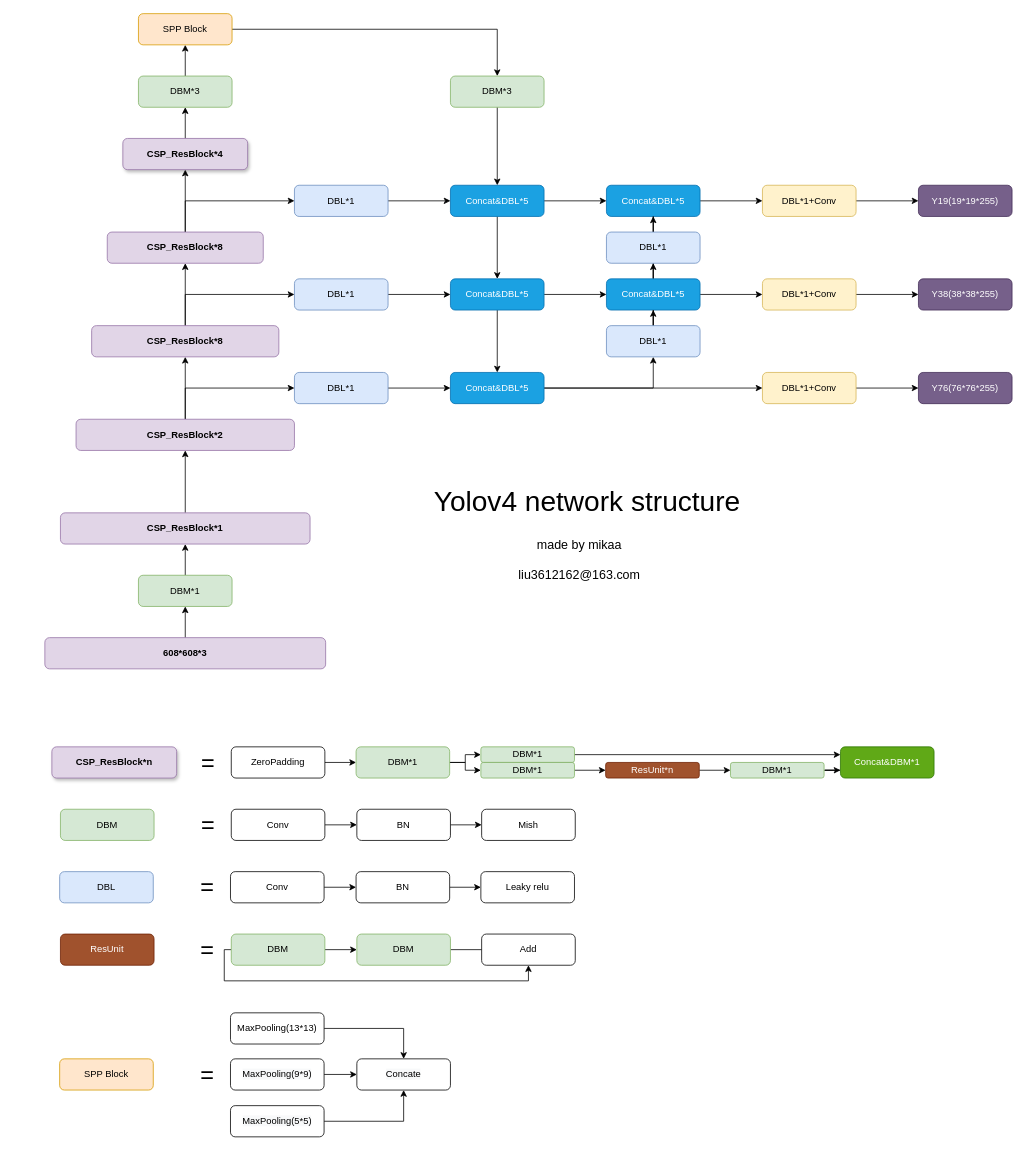
Before: Yolov4_net.drawio in mMikaa00/For_draw_io, a draw.io diagram. Source tidied: cells renumbered, new cells numbered last; positions are measured from the earlier drawing's top-left corner, leaving out a move shared by most shapes. Both pictures are drawn from the tidied source at 78%, with x=0, y=0 at pixel (44, 13).
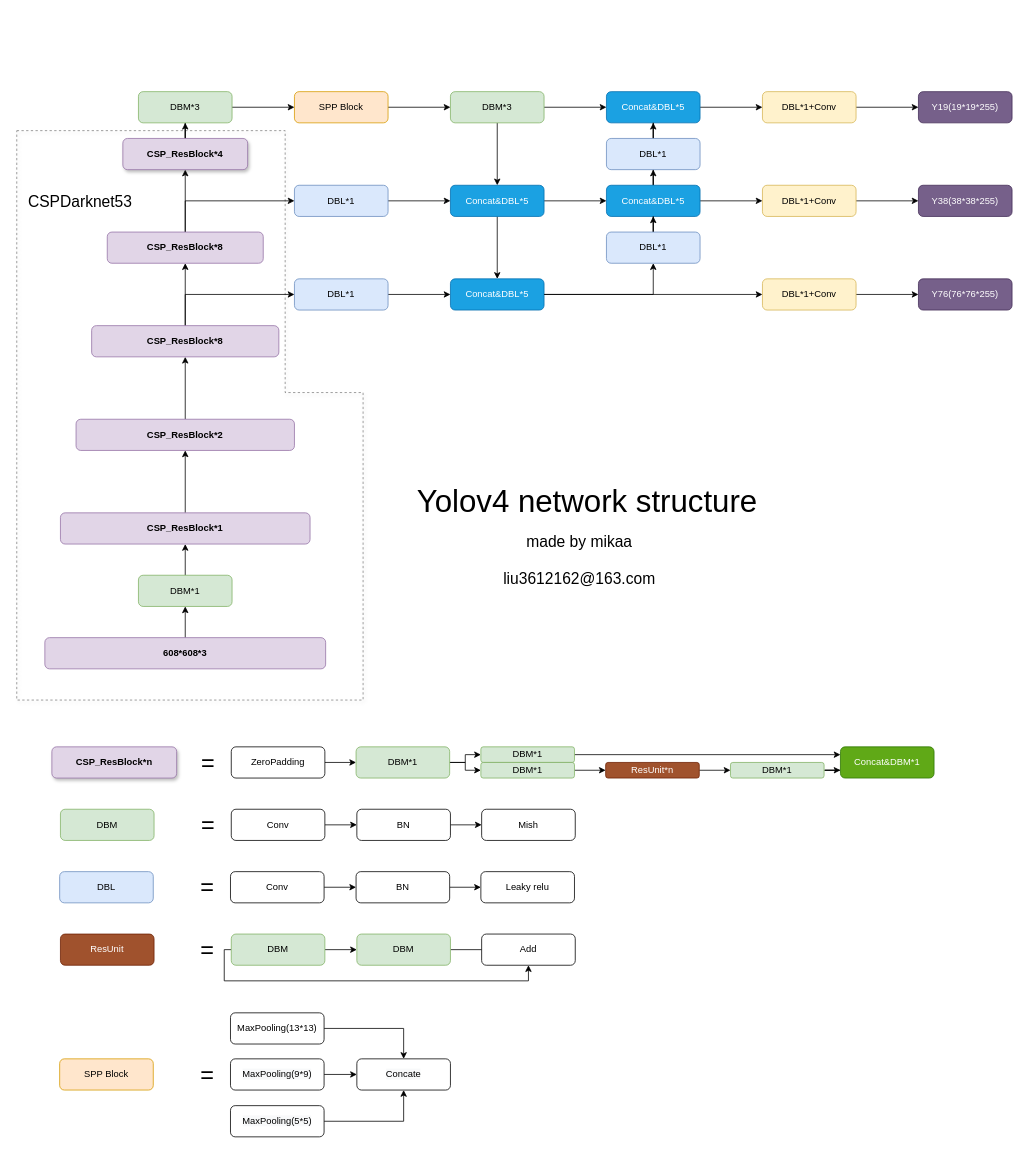
Above is the later version.

The change refers to these unchanged cells:
```xml
<mxCell id="10" value="&lt;span&gt;CSP_ResBlock*2&lt;/span&gt;" style="rounded=1;whiteSpace=wrap;html=1;fillColor=#e1d5e7;strokeColor=#9673a6;labelBackgroundColor=none;fontStyle=1;" parent="1" vertex="1">
  <mxGeometry x="40" y="520" width="280" height="40" as="geometry" />
</mxCell>
<mxCell id="29" value="Concat&amp;amp;DBL*5" style="rounded=1;whiteSpace=wrap;html=1;fillColor=#1ba1e2;strokeColor=#006EAF;fontColor=#ffffff;" parent="1" vertex="1">
  <mxGeometry x="520" y="220" width="120" height="40" as="geometry" />
</mxCell>
<mxCell id="34" value="Concat&amp;amp;DBL*5" style="rounded=1;whiteSpace=wrap;html=1;fillColor=#1ba1e2;strokeColor=#006EAF;fontColor=#ffffff;" parent="1" vertex="1">
  <mxGeometry x="520" y="340" width="120" height="40" as="geometry" />
</mxCell>
```

Change to the diagram source:
```diff
@@
+    <mxCell id="107" style="verticalLabelPosition=bottom;verticalAlign=top;html=1;shape=mxgraph.basic.polygon;polyCoords=[[0,0],[0.62,0],[0.62,0.46],[0.8,0.46],[0.8,1],[0.25,1],[0,1],[0,0]];polyline=1;fillColor=none;rounded=1;shadow=1;dashed=1;labelBackgroundColor=none;fontSize=20;fontColor=#000000;opacity=50;" parent="1" vertex="1">
+      <mxGeometry x="-36" y="150" width="555" height="730" as="geometry" />
+    </mxCell>
@@
-    <mxCell id="9" style="edgeStyle=orthogonalEdgeStyle;rounded=0;jettySize=auto;html=1;entryX=0;entryY=0.5;entryDx=0;entryDy=0;fontColor=#000000;" parent="1" edge="1" source="10" target="41">
-      <mxGeometry relative="1" as="geometry" />
-    </mxCell>
@@
     <mxCell id="20" value="DBM*3" style="rounded=1;whiteSpace=wrap;html=1;fillColor=#d5e8d4;strokeColor=#82b366;" parent="1" vertex="1">
-      <mxGeometry x="120" y="80" width="120" height="40" as="geometry" />
+      <mxGeometry x="120" y="100" width="120" height="40" as="geometry" />
     </mxCell>
@@
     <mxCell id="22" value="SPP Block" style="rounded=1;whiteSpace=wrap;html=1;fillColor=#ffe6cc;strokeColor=#d79b00;" parent="1" vertex="1">
-      <mxGeometry x="120" width="120" height="40" as="geometry" />
+      <mxGeometry x="320" y="100" width="120" height="40" as="geometry" />
     </mxCell>
@@
+    <mxCell id="108" style="edgeStyle=orthogonalEdgeStyle;rounded=0;jettySize=auto;html=1;fontSize=16;fontColor=#000000;" parent="1" edge="1" source="24" target="31">
+      <mxGeometry relative="1" as="geometry" />
+    </mxCell>
     <mxCell id="24" value="DBM*3" style="rounded=1;whiteSpace=wrap;html=1;fillColor=#d5e8d4;strokeColor=#82b366;" parent="1" vertex="1">
-      <mxGeometry x="520" y="80" width="120" height="40" as="geometry" />
+      <mxGeometry x="520" y="100" width="120" height="40" as="geometry" />
     </mxCell>
@@
-    <mxCell id="28" style="edgeStyle=orthogonalEdgeStyle;rounded=0;jettySize=auto;html=1;fontColor=#000000;" parent="1" edge="1" source="29" target="31">
-      <mxGeometry relative="1" as="geometry" />
-    </mxCell>
+    <mxCell id="109" style="edgeStyle=orthogonalEdgeStyle;rounded=0;jettySize=auto;html=1;fontSize=16;fontColor=#000000;" parent="1" edge="1" source="29" target="37">
+      <mxGeometry relative="1" as="geometry" />
+    </mxCell>
@@
     <mxCell id="31" value="Concat&amp;amp;DBL*5" style="rounded=1;whiteSpace=wrap;html=1;fillColor=#1ba1e2;strokeColor=#006EAF;fontColor=#ffffff;" parent="1" vertex="1">
-      <mxGeometry x="720" y="220" width="120" height="40" as="geometry" />
+      <mxGeometry x="720" y="100" width="120" height="40" as="geometry" />
     </mxCell>
-    <mxCell id="32" style="edgeStyle=orthogonalEdgeStyle;rounded=0;jettySize=auto;html=1;fontColor=#000000;" parent="1" edge="1" source="34" target="44">
-      <mxGeometry relative="1" as="geometry" />
-    </mxCell>
-    <mxCell id="33" style="edgeStyle=orthogonalEdgeStyle;rounded=0;jettySize=auto;html=1;fontColor=#000000;" parent="1" edge="1" source="34" target="37">
+    <mxCell id="33" style="edgeStyle=orthogonalEdgeStyle;rounded=0;jettySize=auto;html=1;fontColor=#000000;entryX=0.5;entryY=1;entryDx=0;entryDy=0;" parent="1" edge="1" source="34" target="46">
       <mxGeometry relative="1" as="geometry" />
     </mxCell>
@@
     <mxCell id="37" value="Concat&amp;amp;DBL*5" style="rounded=1;whiteSpace=wrap;html=1;fillColor=#1ba1e2;strokeColor=#006EAF;fontColor=#ffffff;" parent="1" vertex="1">
-      <mxGeometry x="720" y="340" width="120" height="40" as="geometry" />
+      <mxGeometry x="720" y="220" width="120" height="40" as="geometry" />
     </mxCell>
@@
-    <mxCell id="40" style="edgeStyle=orthogonalEdgeStyle;rounded=0;jettySize=auto;html=1;fontColor=#000000;" parent="1" edge="1" source="41" target="44">
-      <mxGeometry relative="1" as="geometry" />
-    </mxCell>
-    <mxCell id="41" value="DBL*1" style="rounded=1;whiteSpace=wrap;html=1;fillColor=#dae8fc;strokeColor=#6c8ebf;" parent="1" vertex="1">
-      <mxGeometry x="320" y="460" width="120" height="40" as="geometry" />
-    </mxCell>
-    <mxCell id="42" style="edgeStyle=orthogonalEdgeStyle;rounded=0;jettySize=auto;html=1;fontColor=#000000;" parent="1" edge="1" source="44" target="46">
-      <mxGeometry relative="1" as="geometry" />
-    </mxCell>
-    <mxCell id="43" style="edgeStyle=orthogonalEdgeStyle;rounded=0;jettySize=auto;html=1;fontColor=#000000;" parent="1" edge="1" source="44">
+    <mxCell id="43" style="edgeStyle=orthogonalEdgeStyle;rounded=0;orthogonalLoop=1;jettySize=auto;html=1;fontColor=#000000;" parent="1" edge="1">
       <mxGeometry relative="1" as="geometry">
-        <mxPoint x="920" y="480" as="targetPoint" />
+        <mxPoint x="640" y="360" as="sourcePoint" />
+        <mxPoint x="920" y="360" as="targetPoint" />
       </mxGeometry>
     </mxCell>
-    <mxCell id="44" value="Concat&amp;amp;DBL*5" style="rounded=1;whiteSpace=wrap;html=1;fillColor=#1ba1e2;strokeColor=#006EAF;fontColor=#ffffff;" parent="1" vertex="1">
-      <mxGeometry x="520" y="460" width="120" height="40" as="geometry" />
-    </mxCell>
@@
     <mxCell id="46" value="DBL*1" style="rounded=1;whiteSpace=wrap;html=1;fillColor=#dae8fc;strokeColor=#6c8ebf;" parent="1" vertex="1">
-      <mxGeometry x="720" y="400" width="120" height="40" as="geometry" />
+      <mxGeometry x="720" y="280" width="120" height="40" as="geometry" />
     </mxCell>
@@
     <mxCell id="48" value="DBL*1" style="rounded=1;whiteSpace=wrap;html=1;fillColor=#dae8fc;strokeColor=#6c8ebf;" parent="1" vertex="1">
-      <mxGeometry x="720" y="280" width="120" height="40" as="geometry" />
+      <mxGeometry x="720" y="160" width="120" height="40" as="geometry" />
     </mxCell>
@@
     <mxCell id="50" value="DBL*1+Conv" style="rounded=1;whiteSpace=wrap;html=1;fillColor=#fff2cc;strokeColor=#d6b656;" parent="1" vertex="1">
-      <mxGeometry x="920" y="460" width="120" height="40" as="geometry" />
+      <mxGeometry x="920" y="340" width="120" height="40" as="geometry" />
     </mxCell>
@@
     <mxCell id="52" value="DBL*1+Conv" style="rounded=1;whiteSpace=wrap;html=1;fillColor=#fff2cc;strokeColor=#d6b656;" parent="1" vertex="1">
-      <mxGeometry x="920" y="340" width="120" height="40" as="geometry" />
+      <mxGeometry x="920" y="220" width="120" height="40" as="geometry" />
     </mxCell>
@@
     <mxCell id="54" value="DBL*1+Conv" style="rounded=1;whiteSpace=wrap;html=1;fillColor=#fff2cc;strokeColor=#d6b656;" parent="1" vertex="1">
-      <mxGeometry x="920" y="220" width="120" height="40" as="geometry" />
+      <mxGeometry x="920" y="100" width="120" height="40" as="geometry" />
     </mxCell>
     <mxCell id="55" value="Y19(19*19*255)" style="rounded=1;whiteSpace=wrap;html=1;fillColor=#76608a;strokeColor=#432D57;fontColor=#ffffff;" parent="1" vertex="1">
-      <mxGeometry x="1120" y="220" width="120" height="40" as="geometry" />
+      <mxGeometry x="1120" y="100" width="120" height="40" as="geometry" />
     </mxCell>
     <mxCell id="56" value="Y38(38*38*255)" style="rounded=1;whiteSpace=wrap;html=1;fillColor=#76608a;strokeColor=#432D57;fontColor=#ffffff;" parent="1" vertex="1">
-      <mxGeometry x="1120" y="340" width="120" height="40" as="geometry" />
+      <mxGeometry x="1120" y="220" width="120" height="40" as="geometry" />
     </mxCell>
     <mxCell id="57" value="Y76(76*76*255)" style="rounded=1;whiteSpace=wrap;html=1;fillColor=#76608a;strokeColor=#432D57;fontColor=#ffffff;" parent="1" vertex="1">
-      <mxGeometry x="1120" y="460" width="120" height="40" as="geometry" />
+      <mxGeometry x="1120" y="340" width="120" height="40" as="geometry" />
     </mxCell>
@@
-    <mxCell id="105" value="Yolov4 network structure" style="text;html=1;align=center;verticalAlign=middle;fontColor=#000000;fontSize=36;" parent="1" vertex="1">
-      <mxGeometry x="490" y="600" width="410" height="50" as="geometry" />
+    <mxCell id="105" value="Yolov4 network structure" style="text;html=1;align=center;verticalAlign=middle;fontColor=#000000;fontSize=40;" parent="1" vertex="1">
+      <mxGeometry x="470" y="600" width="450" height="50" as="geometry" />
     </mxCell>
-    <mxCell id="106" value="made by mikaa&lt;br&gt;&lt;br&gt;liu3612162@163.com" style="text;html=1;align=center;verticalAlign=middle;fontColor=#000000;fontSize=16;" parent="1" vertex="1">
-      <mxGeometry x="600" y="670" width="170" height="60" as="geometry" />
+    <mxCell id="106" value="made by mikaa&lt;br style=&quot;font-size: 20px;&quot;&gt;&lt;br style=&quot;font-size: 20px;&quot;&gt;liu3612162@163.com" style="text;html=1;align=center;verticalAlign=middle;fontColor=#000000;fontSize=20;" parent="1" vertex="1">
+      <mxGeometry x="580" y="660" width="210" height="80" as="geometry" />
     </mxCell>
+    <mxCell id="110" value="CSPDarknet53" style="text;html=1;align=center;verticalAlign=middle;fontColor=#000000;fontSize=20;" parent="1" vertex="1">
+      <mxGeometry x="-30" y="225" width="150" height="30" as="geometry" />
+    </mxCell>
```
